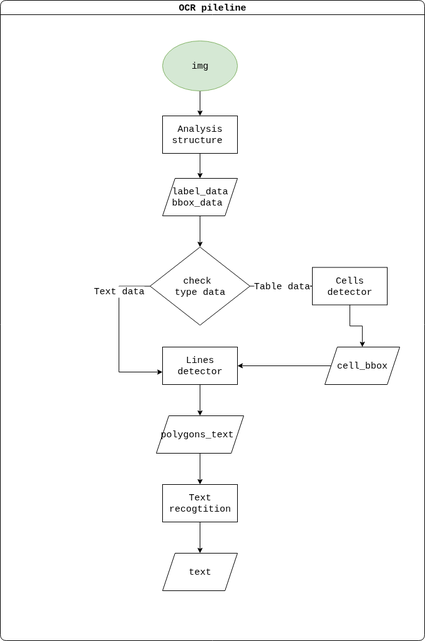
Earlier version of the draw.io export media/charts/Untitled Diagram.drawio.png (vantoan2905/ProdVision_Server). Source tidied: cells renumbered, new cells last; positions are measured from the earlier drawing's top-left corner, leaving out a move shared by most shapes.
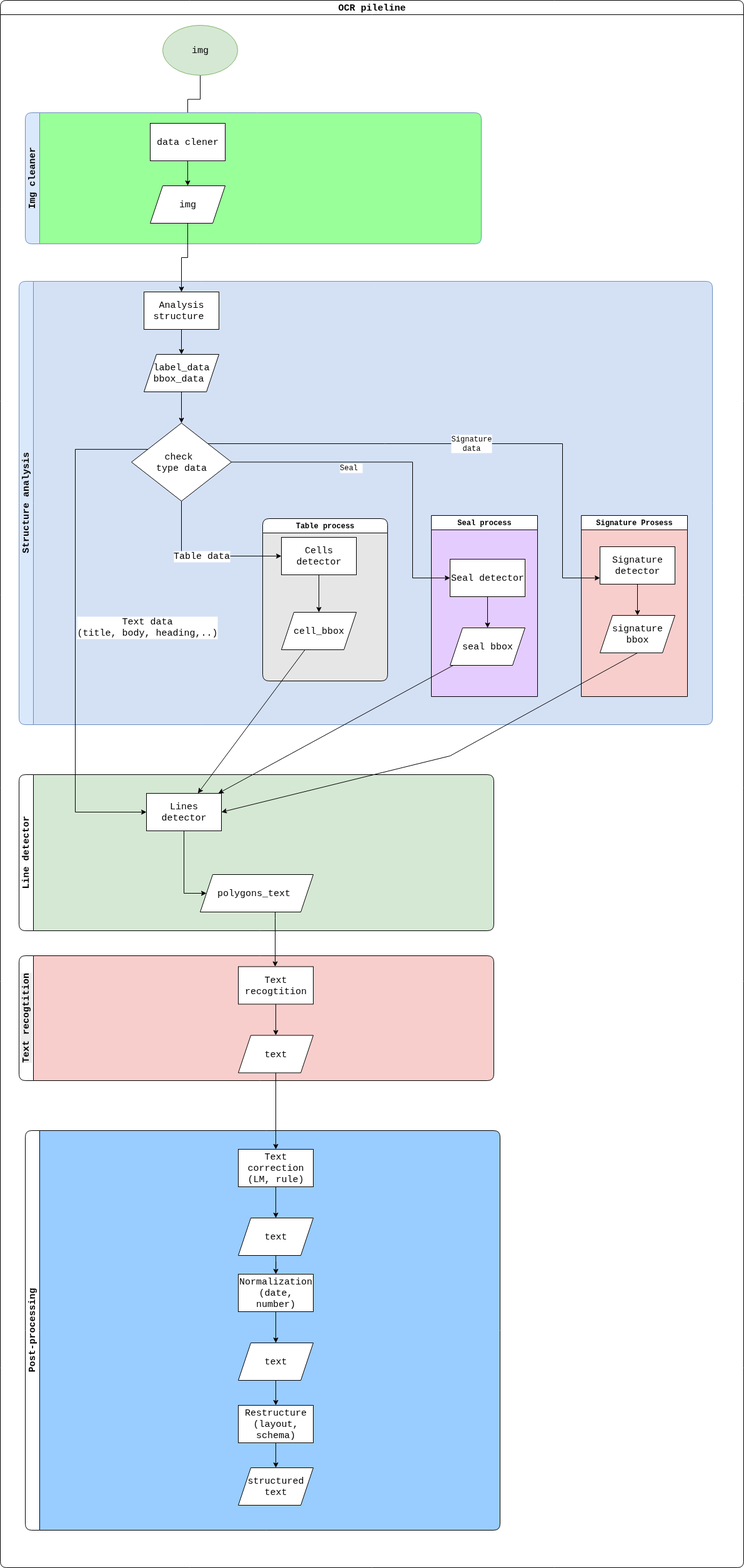
The same file after the commit.

The edit, as a diff of the source:
```diff
@@ -3,80 +3,207 @@
     <mxCell id="0" />
     <mxCell id="1" parent="0" />
     <mxCell id="2" value="&lt;font&gt;OCR pileline&lt;/font&gt;" style="swimlane;whiteSpace=wrap;html=1;swimlaneFillColor=default;rounded=1;fontFamily=Courier New;fontSize=15;" parent="1" vertex="1">
-      <mxGeometry width="680" height="1025" as="geometry" />
+      <mxGeometry width="1190" height="2510" as="geometry" />
     </mxCell>
-    <mxCell id="3" value="Table data" style="edgeStyle=orthogonalEdgeStyle;rounded=0;jettySize=auto;html=1;fontFamily=Courier New;fontSize=15;" parent="2" edge="1" source="6" target="14">
-      <mxGeometry relative="1" as="geometry" />
+    <mxCell id="3" value="Structure analysis" style="swimlane;horizontal=0;whiteSpace=wrap;html=1;swimlaneFillColor=#D4E1F5;fillColor=#dae8fc;strokeColor=#6c8ebf;rounded=1;fontFamily=Courier New;fontSize=15;" parent="2" vertex="1">
+      <mxGeometry x="30" y="450" width="1110" height="710" as="geometry" />
     </mxCell>
-    <mxCell id="4" style="edgeStyle=orthogonalEdgeStyle;rounded=0;jettySize=auto;html=1;fontFamily=Courier New;fontSize=15;" parent="2" edge="1" source="6" target="16">
-      <mxGeometry relative="1" as="geometry">
-        <Array as="points">
-          <mxPoint x="190" y="458" />
-          <mxPoint x="190" y="595" />
-        </Array>
-      </mxGeometry>
+    <mxCell id="4" value="check&amp;nbsp;&lt;div&gt;type data&lt;/div&gt;" style="rhombus;whiteSpace=wrap;html=1;fontFamily=Courier New;fontSize=15;" parent="3" vertex="1">
+      <mxGeometry x="180" y="227" width="160" height="125" as="geometry" />
     </mxCell>
-    <mxCell id="5" value="Text data" style="edgeLabel;html=1;align=center;verticalAlign=middle;fontFamily=Courier New;fontSize=15;" parent="4" vertex="1">
-      <mxGeometry x="-0.56" y="-2" relative="1" as="geometry" />
+    <mxCell id="5" style="edgeStyle=orthogonalEdgeStyle;rounded=0;jettySize=auto;html=1;fontFamily=Courier New;fontSize=15;" parent="3" edge="1" source="6" target="8">
+      <mxGeometry relative="1" as="geometry" />
     </mxCell>
-    <mxCell id="6" value="check&amp;nbsp;&lt;div&gt;type data&lt;/div&gt;" style="rhombus;whiteSpace=wrap;html=1;fontFamily=Courier New;fontSize=15;" parent="2" vertex="1">
-      <mxGeometry x="240" y="395" width="160" height="125" as="geometry" />
+    <mxCell id="6" value="Analysis structure&amp;nbsp;" style="rounded=0;whiteSpace=wrap;html=1;fontFamily=Courier New;fontSize=15;" parent="3" vertex="1">
+      <mxGeometry x="200" y="17" width="120" height="60" as="geometry" />
     </mxCell>
-    <mxCell id="7" style="edgeStyle=orthogonalEdgeStyle;rounded=0;jettySize=auto;html=1;fontFamily=Courier New;fontSize=15;" parent="2" edge="1" source="8" target="10">
+    <mxCell id="7" style="edgeStyle=orthogonalEdgeStyle;rounded=0;jettySize=auto;html=1;fontFamily=Courier New;fontSize=15;" parent="3" edge="1" source="8" target="4">
       <mxGeometry relative="1" as="geometry" />
     </mxCell>
-    <mxCell id="8" value="img" style="ellipse;whiteSpace=wrap;html=1;fontFamily=Courier New;fontSize=15;fillColor=#d5e8d4;strokeColor=#82b366;" parent="2" vertex="1">
-      <mxGeometry x="260" y="65" width="120" height="80" as="geometry" />
+    <mxCell id="8" value="&lt;div&gt;label_data&lt;/div&gt;bbox_data&amp;nbsp;" style="shape=parallelogram;perimeter=parallelogramPerimeter;whiteSpace=wrap;html=1;fixedSize=1;fontFamily=Courier New;fontSize=15;" parent="3" vertex="1">
+      <mxGeometry x="200" y="117" width="120" height="60" as="geometry" />
     </mxCell>
-    <mxCell id="9" style="edgeStyle=orthogonalEdgeStyle;rounded=0;jettySize=auto;html=1;fontFamily=Courier New;fontSize=15;" parent="2" edge="1" source="10" target="12">
-      <mxGeometry relative="1" as="geometry" />
+    <mxCell id="9" value="Table process" style="swimlane;whiteSpace=wrap;html=1;swimlaneFillColor=#E6E6E6;rounded=1;fontFamily=Courier New;" parent="3" vertex="1">
+      <mxGeometry x="390" y="380" width="200" height="260" as="geometry" />
     </mxCell>
-    <mxCell id="10" value="Analysis structure&amp;nbsp;" style="rounded=0;whiteSpace=wrap;html=1;fontFamily=Courier New;fontSize=15;" parent="2" vertex="1">
-      <mxGeometry x="260" y="185" width="120" height="60" as="geometry" />
+    <mxCell id="10" style="edgeStyle=orthogonalEdgeStyle;rounded=0;jettySize=auto;html=1;fontFamily=Courier New;" parent="9" edge="1" source="11" target="12">
+      <mxGeometry relative="1" as="geometry" />
     </mxCell>
-    <mxCell id="11" style="edgeStyle=orthogonalEdgeStyle;rounded=0;jettySize=auto;html=1;fontFamily=Courier New;fontSize=15;" parent="2" edge="1" source="12" target="6">
-      <mxGeometry relative="1" as="geometry" />
+    <mxCell id="11" value="Cells detector" style="whiteSpace=wrap;html=1;fontFamily=Courier New;fontSize=15;" parent="9" vertex="1">
+      <mxGeometry x="30" y="30" width="120" height="60" as="geometry" />
     </mxCell>
-    <mxCell id="12" value="&lt;div&gt;label_data&lt;/div&gt;bbox_data&amp;nbsp;" style="shape=parallelogram;perimeter=parallelogramPerimeter;whiteSpace=wrap;html=1;fixedSize=1;fontFamily=Courier New;fontSize=15;" parent="2" vertex="1">
-      <mxGeometry x="260" y="285" width="120" height="60" as="geometry" />
+    <mxCell id="12" value="cell_bbox" style="shape=parallelogram;perimeter=parallelogramPerimeter;whiteSpace=wrap;html=1;fixedSize=1;fontFamily=Courier New;fontSize=15;" parent="9" vertex="1">
+      <mxGeometry x="30" y="150" width="120" height="60" as="geometry" />
     </mxCell>
-    <mxCell id="13" style="edgeStyle=orthogonalEdgeStyle;rounded=0;jettySize=auto;html=1;fontFamily=Courier New;fontSize=15;" parent="2" edge="1" source="14" target="18">
-      <mxGeometry relative="1" as="geometry" />
+    <mxCell id="13" value="Table data" style="edgeStyle=orthogonalEdgeStyle;rounded=0;jettySize=auto;html=1;fontFamily=Courier New;fontSize=15;entryX=0;entryY=0.5;entryDx=0;entryDy=0;" parent="3" edge="1" source="4" target="11">
+      <mxGeometry x="0.09" y="-15" relative="1" as="geometry">
+        <Array as="points">
+          <mxPoint x="260" y="440" />
+        </Array>
+        <mxPoint x="-15" y="-15" as="offset" />
+      </mxGeometry>
     </mxCell>
-    <mxCell id="14" value="Cells detector" style="whiteSpace=wrap;html=1;fontFamily=Courier New;fontSize=15;" parent="2" vertex="1">
-      <mxGeometry x="500" y="427.5" width="120" height="60" as="geometry" />
+    <mxCell id="14" value="Seal process" style="swimlane;whiteSpace=wrap;html=1;swimlaneFillColor=#E5CCFF;rounded=1;arcSize=0;fontFamily=Courier New;" parent="3" vertex="1">
+      <mxGeometry x="660" y="375" width="170" height="290" as="geometry" />
     </mxCell>
-    <mxCell id="15" style="edgeStyle=orthogonalEdgeStyle;rounded=0;jettySize=auto;html=1;fontFamily=Courier New;fontSize=15;" parent="2" edge="1" source="16" target="20">
+    <mxCell id="15" style="edgeStyle=orthogonalEdgeStyle;rounded=0;jettySize=auto;html=1;fontFamily=Courier New;" parent="14" edge="1" source="16" target="17">
       <mxGeometry relative="1" as="geometry" />
     </mxCell>
-    <mxCell id="16" value="Lines detector" style="whiteSpace=wrap;html=1;fontFamily=Courier New;fontSize=15;" parent="2" vertex="1">
-      <mxGeometry x="260" y="555" width="120" height="60" as="geometry" />
+    <mxCell id="16" value="Seal detector" style="whiteSpace=wrap;html=1;fontFamily=Courier New;fontSize=15;" parent="14" vertex="1">
+      <mxGeometry x="30" y="70" width="120" height="60" as="geometry" />
     </mxCell>
-    <mxCell id="17" style="edgeStyle=orthogonalEdgeStyle;rounded=0;jettySize=auto;html=1;fontFamily=Courier New;fontSize=15;" parent="2" edge="1" source="18" target="16">
-      <mxGeometry relative="1" as="geometry">
-        <Array as="points">
-          <mxPoint x="530" y="585" />
-          <mxPoint x="530" y="585" />
-        </Array>
-      </mxGeometry>
+    <mxCell id="17" value="seal bbox" style="shape=parallelogram;perimeter=parallelogramPerimeter;whiteSpace=wrap;html=1;fixedSize=1;fontFamily=Courier New;fontSize=15;" parent="14" vertex="1">
+      <mxGeometry x="30" y="180" width="120" height="60" as="geometry" />
     </mxCell>
-    <mxCell id="18" value="cell_bbox" style="shape=parallelogram;perimeter=parallelogramPerimeter;whiteSpace=wrap;html=1;fixedSize=1;fontFamily=Courier New;fontSize=15;" parent="2" vertex="1">
-      <mxGeometry x="520" y="555" width="120" height="60" as="geometry" />
+    <mxCell id="18" value="&lt;span style=&quot;color: rgb(0, 0, 0); font-size: 12px; font-style: normal; font-variant-ligatures: normal; font-variant-caps: normal; letter-spacing: normal; orphans: 2; text-align: center; text-indent: 0px; text-transform: none; widows: 2; word-spacing: 0px; -webkit-text-stroke-width: 0px; white-space: normal; text-decoration-thickness: initial; text-decoration-style: initial; text-decoration-color: initial; float: none; display: inline !important;&quot;&gt;Seal&amp;nbsp;&lt;/span&gt;" style="edgeStyle=orthogonalEdgeStyle;rounded=0;jettySize=auto;html=1;fontFamily=Courier New;labelBackgroundColor=default;" parent="3" edge="1" source="4" target="16">
+      <mxGeometry x="-0.29" y="-10" relative="1" as="geometry">
+        <Array as="points">
+          <mxPoint x="630" y="290" />
+          <mxPoint x="630" y="475" />
+        </Array>
+      </mxGeometry>
     </mxCell>
-    <mxCell id="19" style="edgeStyle=orthogonalEdgeStyle;rounded=0;jettySize=auto;html=1;fontFamily=Courier New;fontSize=15;" parent="2" edge="1" source="20" target="22">
-      <mxGeometry relative="1" as="geometry" />
+    <mxCell id="19" value="Signature Prosess" style="swimlane;whiteSpace=wrap;html=1;swimlaneFillColor=#F8CECC;rounded=1;arcSize=0;fontFamily=Courier New;" parent="3" vertex="1">
+      <mxGeometry x="900" y="375" width="170" height="290" as="geometry" />
     </mxCell>
-    <mxCell id="20" value="polygons_text&amp;nbsp;" style="shape=parallelogram;perimeter=parallelogramPerimeter;whiteSpace=wrap;html=1;fixedSize=1;fontFamily=Courier New;fontSize=15;" parent="2" vertex="1">
-      <mxGeometry x="250" y="665" width="140" height="60" as="geometry" />
+    <mxCell id="20" value="signature bbox" style="shape=parallelogram;perimeter=parallelogramPerimeter;whiteSpace=wrap;html=1;fixedSize=1;fontFamily=Courier New;fontSize=15;" parent="19" vertex="1">
+      <mxGeometry x="30" y="160" width="120" height="60" as="geometry" />
     </mxCell>
-    <mxCell id="21" style="edgeStyle=orthogonalEdgeStyle;rounded=0;jettySize=auto;html=1;fontFamily=Courier New;fontSize=15;" parent="2" edge="1" source="22" target="23">
+    <mxCell id="21" style="edgeStyle=orthogonalEdgeStyle;rounded=0;jettySize=auto;html=1;fontFamily=Courier New;" parent="19" edge="1" source="22" target="20">
       <mxGeometry relative="1" as="geometry" />
     </mxCell>
-    <mxCell id="22" value="Text recogtition" style="whiteSpace=wrap;html=1;fontFamily=Courier New;fontSize=15;" parent="2" vertex="1">
-      <mxGeometry x="260" y="775" width="120" height="60" as="geometry" />
+    <mxCell id="22" value="Signature detector" style="whiteSpace=wrap;html=1;fontFamily=Courier New;fontSize=15;" parent="19" vertex="1">
+      <mxGeometry x="30" y="50" width="120" height="60" as="geometry" />
     </mxCell>
-    <mxCell id="23" value="text" style="shape=parallelogram;perimeter=parallelogramPerimeter;whiteSpace=wrap;html=1;fixedSize=1;fontFamily=Courier New;fontSize=15;" parent="2" vertex="1">
-      <mxGeometry x="260" y="885" width="120" height="60" as="geometry" />
+    <mxCell id="23" value="&lt;span style=&quot;color: rgb(0, 0, 0); font-family: &amp;quot;Courier New&amp;quot;; font-size: 12px; font-style: normal; font-variant-ligatures: normal; font-variant-caps: normal; font-weight: 400; letter-spacing: normal; orphans: 2; text-align: center; text-indent: 0px; text-transform: none; widows: 2; word-spacing: 0px; -webkit-text-stroke-width: 0px; white-space: normal; background-color: rgb(255, 255, 255); text-decoration-thickness: initial; text-decoration-style: initial; text-decoration-color: initial; display: inline !important; float: none;&quot;&gt;Signature data&lt;/span&gt;" style="edgeStyle=orthogonalEdgeStyle;rounded=0;jettySize=auto;html=1;fontFamily=Courier New;" parent="3" edge="1" source="4" target="22">
+      <mxGeometry relative="1" as="geometry">
+        <Array as="points">
+          <mxPoint x="870" y="260" />
+          <mxPoint x="870" y="475" />
+        </Array>
+      </mxGeometry>
     </mxCell>
+    <mxCell id="24" style="edgeStyle=orthogonalEdgeStyle;rounded=0;jettySize=auto;html=1;entryX=0.5;entryY=0;entryDx=0;entryDy=0;fontFamily=Courier New;" parent="2" edge="1" source="25" target="52">
+      <mxGeometry relative="1" as="geometry" />
+    </mxCell>
+    <mxCell id="25" value="img" style="ellipse;whiteSpace=wrap;html=1;fontFamily=Courier New;fontSize=15;fillColor=#d5e8d4;strokeColor=#82b366;" parent="2" vertex="1">
+      <mxGeometry x="260" y="40" width="120" height="80" as="geometry" />
+    </mxCell>
+    <mxCell id="26" value="Line detector" style="swimlane;horizontal=0;whiteSpace=wrap;html=1;swimlaneFillColor=#D5E8D4;rounded=1;fontFamily=Courier New;fontSize=15;" parent="2" vertex="1">
+      <mxGeometry x="30" y="1240" width="760" height="250" as="geometry" />
+    </mxCell>
+    <mxCell id="27" value="polygons_text&amp;nbsp;" style="shape=parallelogram;perimeter=parallelogramPerimeter;whiteSpace=wrap;html=1;fixedSize=1;fontFamily=Courier New;fontSize=15;" parent="26" vertex="1">
+      <mxGeometry x="290" y="160" width="181" height="60" as="geometry" />
+    </mxCell>
+    <mxCell id="28" value="Lines detector" style="whiteSpace=wrap;html=1;fontFamily=Courier New;fontSize=15;" parent="26" vertex="1">
+      <mxGeometry x="204" y="30" width="120" height="60" as="geometry" />
+    </mxCell>
+    <mxCell id="29" style="edgeStyle=orthogonalEdgeStyle;rounded=0;jettySize=auto;html=1;fontFamily=Courier New;fontSize=15;" parent="26" edge="1" source="28" target="27">
+      <mxGeometry relative="1" as="geometry">
+        <Array as="points">
+          <mxPoint x="264" y="190" />
+        </Array>
+      </mxGeometry>
+    </mxCell>
+    <mxCell id="30" style="edgeStyle=orthogonalEdgeStyle;rounded=0;jettySize=auto;html=1;fontFamily=Courier New;fontSize=15;" parent="2" edge="1" source="4" target="28">
+      <mxGeometry relative="1" as="geometry">
+        <Array as="points">
+          <mxPoint x="120" y="719" />
+          <mxPoint x="120" y="1300" />
+        </Array>
+      </mxGeometry>
+    </mxCell>
+    <mxCell id="31" value="Text data&lt;br&gt;(title, body, heading,..)" style="edgeLabel;html=1;align=center;verticalAlign=middle;fontFamily=Courier New;fontSize=15;" parent="30" vertex="1">
+      <mxGeometry x="-0.56" y="-2" relative="1" as="geometry">
+        <mxPoint x="116" y="222" as="offset" />
+      </mxGeometry>
+    </mxCell>
+    <mxCell id="32" value="&lt;span style=&quot;color: rgb(0, 0, 0); font-size: 15px; font-style: normal; font-variant-ligatures: normal; font-variant-caps: normal; letter-spacing: normal; orphans: 2; text-align: center; text-indent: 0px; text-transform: none; widows: 2; word-spacing: 0px; -webkit-text-stroke-width: 0px; white-space: normal; background-color: rgb(236, 236, 236); text-decoration-thickness: initial; text-decoration-style: initial; text-decoration-color: initial; float: none; display: inline !important;&quot;&gt;&lt;b&gt;Text recogtition&lt;/b&gt;&lt;/span&gt;" style="swimlane;horizontal=0;whiteSpace=wrap;html=1;rounded=1;swimlaneFillColor=#F8CECC;fontFamily=Courier New;fontSize=15;fontStyle=0;" parent="2" vertex="1">
+      <mxGeometry x="30" y="1530" width="760" height="200" as="geometry" />
+    </mxCell>
+    <mxCell id="33" style="edgeStyle=orthogonalEdgeStyle;rounded=0;jettySize=auto;html=1;fontFamily=Courier New;fontSize=15;" parent="32" edge="1" source="34" target="35">
+      <mxGeometry relative="1" as="geometry" />
+    </mxCell>
+    <mxCell id="34" value="Text recogtition" style="whiteSpace=wrap;html=1;fontFamily=Courier New;fontSize=15;" parent="32" vertex="1">
+      <mxGeometry x="351" y="17.5" width="120" height="60" as="geometry" />
+    </mxCell>
+    <mxCell id="35" value="text" style="shape=parallelogram;perimeter=parallelogramPerimeter;whiteSpace=wrap;html=1;fixedSize=1;fontFamily=Courier New;fontSize=15;" parent="32" vertex="1">
+      <mxGeometry x="351" y="127.5" width="120" height="60" as="geometry" />
+    </mxCell>
+    <mxCell id="36" style="edgeStyle=orthogonalEdgeStyle;rounded=0;jettySize=auto;html=1;fontFamily=Courier New;fontSize=15;" parent="2" edge="1" source="27" target="34">
+      <mxGeometry relative="1" as="geometry">
+        <Array as="points">
+          <mxPoint x="440" y="1470" />
+          <mxPoint x="440" y="1470" />
+        </Array>
+      </mxGeometry>
+    </mxCell>
+    <mxCell id="37" value="Post-processing" style="swimlane;horizontal=0;whiteSpace=wrap;html=1;rounded=1;swimlaneFillColor=#99CCFF;fontFamily=Courier New;fontSize=15;" parent="2" vertex="1">
+      <mxGeometry x="40" y="1810" width="760" height="640" as="geometry" />
+    </mxCell>
+    <mxCell id="38" style="edgeStyle=orthogonalEdgeStyle;rounded=0;jettySize=auto;html=1;fontFamily=Courier New;fontSize=15;" parent="37" edge="1" source="39" target="41">
+      <mxGeometry relative="1" as="geometry" />
+    </mxCell>
+    <mxCell id="39" value="Text correction (LM, rule)" style="whiteSpace=wrap;html=1;fontFamily=Courier New;fontSize=15;" parent="37" vertex="1">
+      <mxGeometry x="341" y="30" width="120" height="60" as="geometry" />
+    </mxCell>
+    <mxCell id="40" style="edgeStyle=orthogonalEdgeStyle;rounded=0;jettySize=auto;html=1;fontFamily=Courier New;fontSize=15;" parent="37" edge="1" source="41" target="43">
+      <mxGeometry relative="1" as="geometry" />
+    </mxCell>
+    <mxCell id="41" value="text" style="shape=parallelogram;perimeter=parallelogramPerimeter;whiteSpace=wrap;html=1;fixedSize=1;fontFamily=Courier New;fontSize=15;" parent="37" vertex="1">
+      <mxGeometry x="341" y="140" width="120" height="60" as="geometry" />
+    </mxCell>
+    <mxCell id="42" style="edgeStyle=orthogonalEdgeStyle;rounded=0;jettySize=auto;html=1;fontFamily=Courier New;fontSize=15;" parent="37" edge="1" source="43" target="45">
+      <mxGeometry relative="1" as="geometry" />
+    </mxCell>
+    <mxCell id="43" value="Normalization (date, number)" style="whiteSpace=wrap;html=1;fontSize=15;fontFamily=Courier New;" parent="37" vertex="1">
+      <mxGeometry x="341" y="230" width="120" height="60" as="geometry" />
+    </mxCell>
+    <mxCell id="44" style="edgeStyle=orthogonalEdgeStyle;rounded=0;jettySize=auto;html=1;fontFamily=Courier New;fontSize=15;" parent="37" edge="1" source="45" target="47">
+      <mxGeometry relative="1" as="geometry" />
+    </mxCell>
+    <mxCell id="45" value="text" style="shape=parallelogram;perimeter=parallelogramPerimeter;whiteSpace=wrap;html=1;fixedSize=1;fontFamily=Courier New;fontSize=15;" parent="37" vertex="1">
+      <mxGeometry x="341" y="340" width="120" height="60" as="geometry" />
+    </mxCell>
+    <mxCell id="46" style="edgeStyle=orthogonalEdgeStyle;rounded=0;jettySize=auto;html=1;fontFamily=Courier New;" parent="37" edge="1" source="47" target="48">
+      <mxGeometry relative="1" as="geometry" />
+    </mxCell>
+    <mxCell id="47" value="Restructure (layout, schema)" style="whiteSpace=wrap;html=1;fontFamily=Courier New;fontSize=15;" parent="37" vertex="1">
+      <mxGeometry x="341" y="440" width="120" height="60" as="geometry" />
+    </mxCell>
+    <mxCell id="48" value="structured text" style="shape=parallelogram;perimeter=parallelogramPerimeter;whiteSpace=wrap;html=1;fixedSize=1;fontSize=15;fontFamily=Courier New;" parent="37" vertex="1">
+      <mxGeometry x="341" y="540" width="120" height="60" as="geometry" />
+    </mxCell>
+    <mxCell id="49" style="edgeStyle=orthogonalEdgeStyle;rounded=0;jettySize=auto;html=1;fontFamily=Courier New;fontSize=15;" parent="2" edge="1" source="35" target="39">
+      <mxGeometry relative="1" as="geometry" />
+    </mxCell>
+    <mxCell id="50" value="Img cleaner" style="swimlane;horizontal=0;whiteSpace=wrap;html=1;swimlaneFillColor=#99FF99;fillColor=#dae8fc;strokeColor=#6c8ebf;rounded=1;fontFamily=Courier New;fontSize=15;" parent="2" vertex="1">
+      <mxGeometry x="40" y="180" width="730" height="210" as="geometry" />
+    </mxCell>
+    <mxCell id="51" style="edgeStyle=orthogonalEdgeStyle;rounded=0;jettySize=auto;html=1;fontFamily=Courier New;fontSize=15;" parent="50" edge="1" source="52" target="53">
+      <mxGeometry relative="1" as="geometry" />
+    </mxCell>
+    <mxCell id="52" value="data clener" style="rounded=0;whiteSpace=wrap;html=1;fontFamily=Courier New;fontSize=15;" parent="50" vertex="1">
+      <mxGeometry x="200" y="17" width="120" height="60" as="geometry" />
+    </mxCell>
+    <mxCell id="53" value="img" style="shape=parallelogram;perimeter=parallelogramPerimeter;whiteSpace=wrap;html=1;fixedSize=1;fontFamily=Courier New;fontSize=15;" parent="50" vertex="1">
+      <mxGeometry x="200" y="117" width="120" height="60" as="geometry" />
+    </mxCell>
+    <mxCell id="54" style="edgeStyle=orthogonalEdgeStyle;rounded=0;jettySize=auto;html=1;fontFamily=Courier New;fontSize=15;entryX=0.5;entryY=0;entryDx=0;entryDy=0;" parent="2" edge="1" source="53" target="6">
+      <mxGeometry relative="1" as="geometry" />
+    </mxCell>
+    <mxCell id="55" style="rounded=0;jettySize=auto;html=1;fontFamily=Courier New;fontSize=15;" parent="2" edge="1" source="12" target="28">
+      <mxGeometry relative="1" as="geometry" />
+    </mxCell>
+    <mxCell id="56" style="rounded=0;jettySize=auto;html=1;" parent="2" edge="1" source="17" target="28">
+      <mxGeometry relative="1" as="geometry" />
+    </mxCell>
+    <mxCell id="57" style="rounded=0;jettySize=auto;html=1;entryX=1;entryY=0.5;entryDx=0;entryDy=0;exitX=0.5;exitY=1;exitDx=0;exitDy=0;" parent="2" edge="1" source="20" target="28">
+      <mxGeometry relative="1" as="geometry">
+        <Array as="points">
+          <mxPoint x="720" y="1210" />
+        </Array>
+      </mxGeometry>
+    </mxCell>
   </root>
 </mxGraphModel>
```
